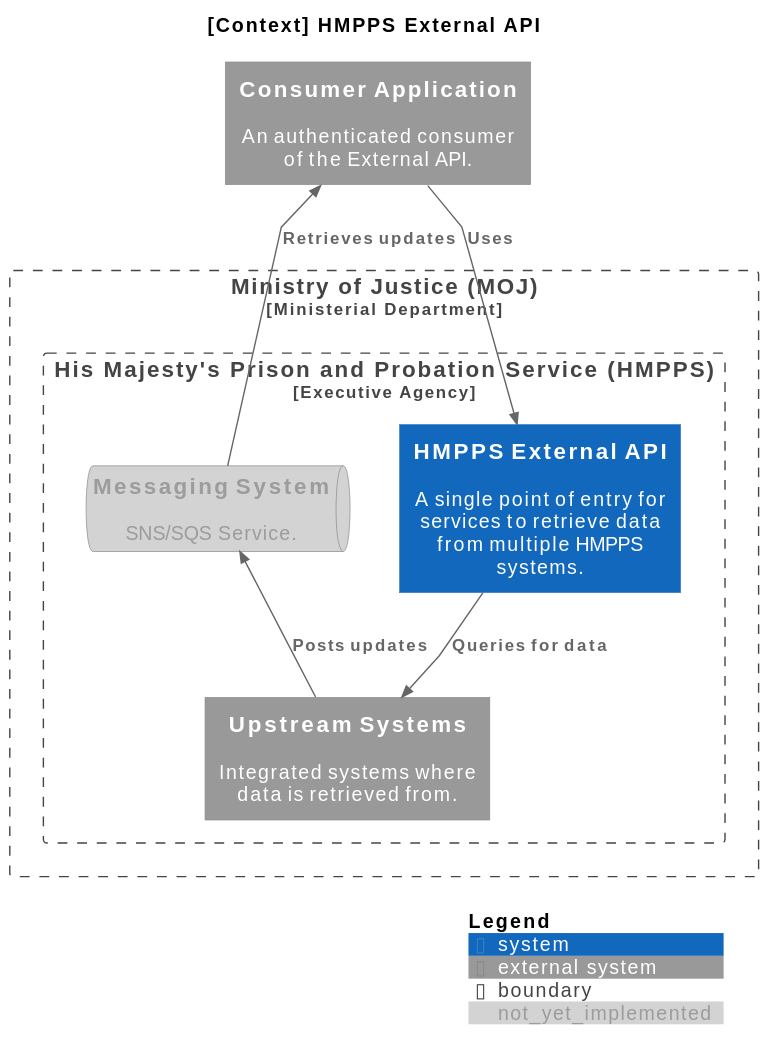
Above: docs/diagrams/context.svg in ministryofjustice/hmpps-integration-api (PlantUML), before the change. The source it was exported from:
```plantuml
@startuml
!include https://raw.githubusercontent.com/plantuml-stdlib/C4-PlantUML/master/C4_Context.puml

skinparam linetype polyline

title [Context] HMPPS External API

AddElementTag("not_yet_implemented", $bgColor="#D3D3D3", $fontColor="#9C9C9C")

System_Ext(consumer, "Consumer Application", "An authenticated consumer of the External API.")

Boundary(moj, "Ministry of Justice (MOJ)", "Ministerial Department") {
  Boundary(hmpps, "His Majesty's Prison and Probation Service (HMPPS)", "Executive Agency") {
    System(hmpps_integration_api, "HMPPS External API", "A single point of entry for services to retrieve data from multiple HMPPS systems.")

    SystemQueue_Ext(messaging, "Messaging System", "SNS/SQS Service.",$tags="not_yet_implemented")

    System_Ext(upstream, "Upstream Systems", "Integrated systems where data is retrieved from.")
  }
}

Rel_Down(consumer, hmpps_integration_api, "Uses")
Rel_Up(upstream, messaging, "Posts updates")
Rel_Up(messaging, consumer, "Retrieves updates")
Rel(hmpps_integration_api, upstream, "Queries for data")

SHOW_DYNAMIC_LEGEND()
@enduml
```
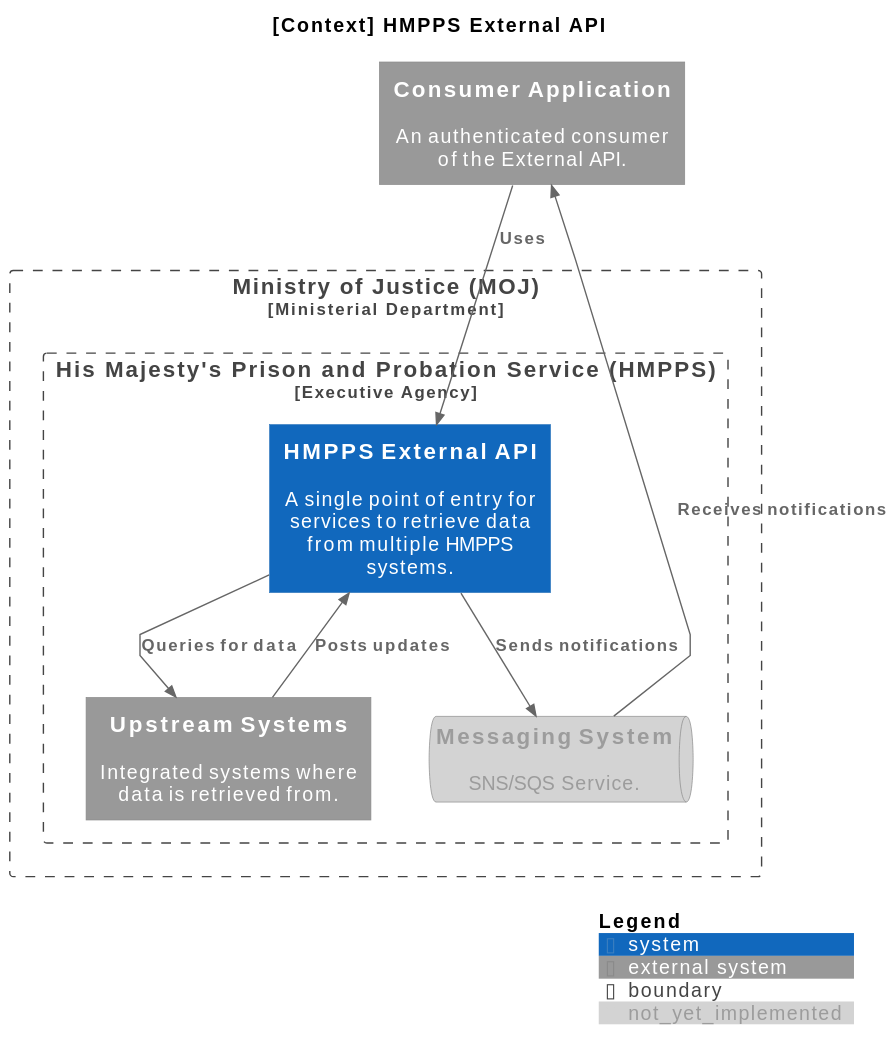
Above is the later version.

What changed in the source:
```diff
@@ -20,8 +20,9 @@
 }
 
 Rel_Down(consumer, hmpps_integration_api, "Uses")
-Rel_Up(upstream, messaging, "Posts updates")
-Rel_Up(messaging, consumer, "Retrieves updates")
+Rel_Up(upstream, hmpps_integration_api, "Posts updates")
+Rel(hmpps_integration_api, messaging, "Sends notifications")
+Rel_Up(messaging, consumer, "Receives notifications")
 Rel(hmpps_integration_api, upstream, "Queries for data")
 
 SHOW_DYNAMIC_LEGEND()
```
